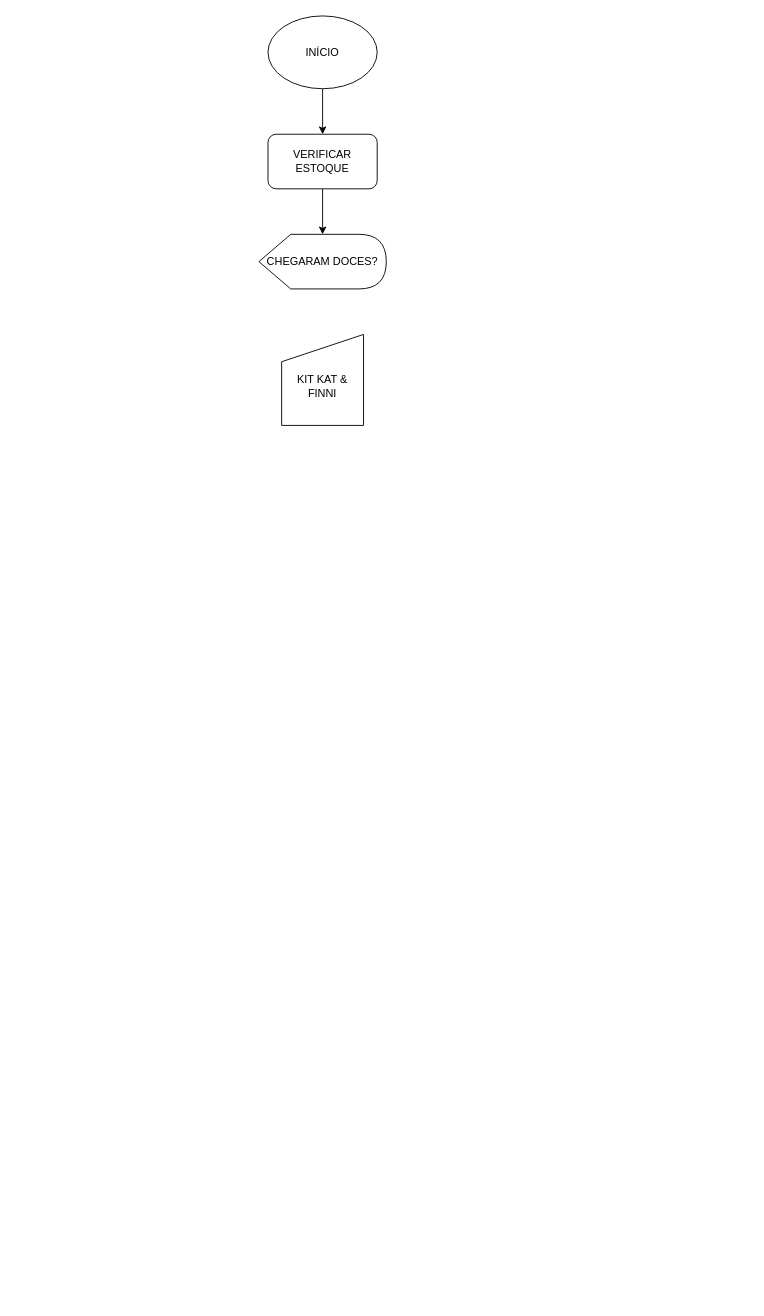
This is Loja_de_doce.drawio from ramon-negreiros/fluxogramas, a draw.io file, before an edit. Source tidied: cells renumbered, new cells numbered last; positions are measured from the earlier drawing's top-left corner, leaving out a move shared by most shapes. Both pictures are drawn from the tidied source at 91%, with x=0, y=0 at pixel (258, 15).
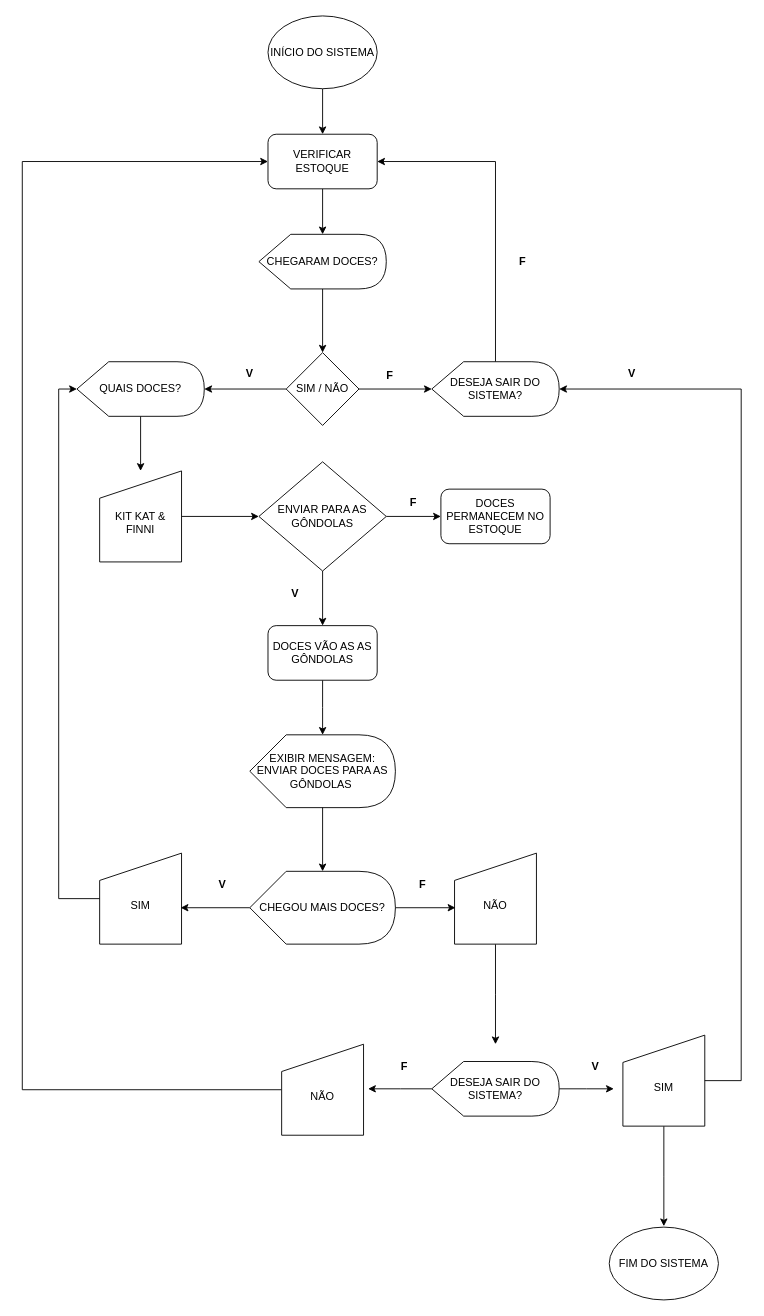
The same page after the edit.

The change refers to these unchanged cells:
```xml
<mxCell id="4" value="CHEGARAM DOCES?" style="shape=display;whiteSpace=wrap;html=1;" parent="1" vertex="1">
  <mxGeometry y="240" width="140" height="60" as="geometry" />
</mxCell>
<mxCell id="7" value="VERIFICAR ESTOQUE" style="rounded=1;whiteSpace=wrap;html=1;" parent="1" vertex="1">
  <mxGeometry x="10" y="130" width="120" height="60" as="geometry" />
</mxCell>
```

Change to the diagram source:
```diff
@@
-    <mxCell id="3" value="INÍCIO" style="ellipse;whiteSpace=wrap;html=1;" parent="1" vertex="1">
+    <mxCell id="3" value="INÍCIO DO SISTEMA" style="ellipse;whiteSpace=wrap;html=1;" parent="1" vertex="1">
       <mxGeometry x="10" width="120" height="80" as="geometry" />
     </mxCell>
+    <mxCell id="8" style="edgeStyle=orthogonalEdgeStyle;rounded=0;jettySize=auto;html=1;entryX=0.5;entryY=0;entryDx=0;entryDy=0;" parent="1" edge="1" source="4" target="10">
+      <mxGeometry relative="1" as="geometry" />
+    </mxCell>
@@
+    <mxCell id="9" style="edgeStyle=orthogonalEdgeStyle;rounded=0;jettySize=auto;html=1;entryX=0;entryY=0.5;entryDx=0;entryDy=0;" parent="1" edge="1" source="5" target="19">
+      <mxGeometry relative="1" as="geometry" />
+    </mxCell>
     <mxCell id="5" value="&lt;div&gt;&lt;br&gt;&lt;/div&gt;KIT KAT &amp;amp; FINNI" style="shape=manualInput;whiteSpace=wrap;html=1;" parent="1" vertex="1">
-      <mxGeometry x="25" y="350" width="90" height="100" as="geometry" />
+      <mxGeometry x="-175" y="500" width="90" height="100" as="geometry" />
     </mxCell>
@@
+    <mxCell id="10" value="SIM / NÃO" style="rhombus;whiteSpace=wrap;html=1;" parent="1" vertex="1">
+      <mxGeometry x="30" y="370" width="80" height="80" as="geometry" />
+    </mxCell>
+    <mxCell id="11" style="edgeStyle=orthogonalEdgeStyle;rounded=0;jettySize=auto;html=1;" parent="1" edge="1" source="12" target="5">
+      <mxGeometry relative="1" as="geometry" />
+    </mxCell>
+    <mxCell id="12" value="QUAIS DOCES?" style="shape=display;whiteSpace=wrap;html=1;" parent="1" vertex="1">
+      <mxGeometry x="-200" y="380" width="140" height="60" as="geometry" />
+    </mxCell>
+    <mxCell id="13" style="edgeStyle=orthogonalEdgeStyle;rounded=0;jettySize=auto;html=1;entryX=1;entryY=0.5;entryDx=0;entryDy=0;" parent="1" edge="1" source="14" target="7">
+      <mxGeometry relative="1" as="geometry">
+        <Array as="points">
+          <mxPoint x="260" y="160" />
+        </Array>
+      </mxGeometry>
+    </mxCell>
+    <mxCell id="14" value="DESEJA SAIR DO SISTEMA?" style="shape=display;whiteSpace=wrap;html=1;" parent="1" vertex="1">
+      <mxGeometry x="190" y="380" width="140" height="60" as="geometry" />
+    </mxCell>
+    <mxCell id="15" style="edgeStyle=orthogonalEdgeStyle;rounded=0;jettySize=auto;html=1;entryX=1;entryY=0.5;entryDx=0;entryDy=0;entryPerimeter=0;" parent="1" edge="1" source="10" target="12">
+      <mxGeometry relative="1" as="geometry" />
+    </mxCell>
+    <mxCell id="16" style="edgeStyle=orthogonalEdgeStyle;rounded=0;jettySize=auto;html=1;entryX=0;entryY=0.5;entryDx=0;entryDy=0;entryPerimeter=0;" parent="1" edge="1" source="10" target="14">
+      <mxGeometry relative="1" as="geometry" />
+    </mxCell>
+    <mxCell id="17" style="edgeStyle=orthogonalEdgeStyle;rounded=0;jettySize=auto;html=1;entryX=0.5;entryY=0;entryDx=0;entryDy=0;" parent="1" edge="1" source="19" target="21">
+      <mxGeometry relative="1" as="geometry" />
+    </mxCell>
+    <mxCell id="18" style="edgeStyle=orthogonalEdgeStyle;rounded=0;jettySize=auto;html=1;entryX=0;entryY=0.5;entryDx=0;entryDy=0;" parent="1" edge="1" source="19" target="22">
+      <mxGeometry relative="1" as="geometry" />
+    </mxCell>
+    <mxCell id="19" value="ENVIAR PARA AS GÔNDOLAS" style="rhombus;whiteSpace=wrap;html=1;" parent="1" vertex="1">
+      <mxGeometry y="490" width="140" height="120" as="geometry" />
+    </mxCell>
+    <mxCell id="20" style="edgeStyle=orthogonalEdgeStyle;rounded=0;jettySize=auto;html=1;" parent="1" edge="1" source="21">
+      <mxGeometry relative="1" as="geometry">
+        <mxPoint x="70" y="790" as="targetPoint" />
+      </mxGeometry>
+    </mxCell>
+    <mxCell id="21" value="DOCES VÃO AS AS GÔNDOLAS" style="rounded=1;whiteSpace=wrap;html=1;" parent="1" vertex="1">
+      <mxGeometry x="10" y="670" width="120" height="60" as="geometry" />
+    </mxCell>
+    <mxCell id="22" value="DOCES PERMANECEM NO ESTOQUE" style="rounded=1;whiteSpace=wrap;html=1;" parent="1" vertex="1">
+      <mxGeometry x="200" y="520" width="120" height="60" as="geometry" />
+    </mxCell>
+    <mxCell id="23" value="&lt;b&gt;V&lt;/b&gt;" style="text;strokeColor=none;align=center;fillColor=none;html=1;verticalAlign=middle;whiteSpace=wrap;rounded=0;" parent="1" vertex="1">
+      <mxGeometry x="-40" y="378" width="60" height="30" as="geometry" />
+    </mxCell>
+    <mxCell id="24" value="&lt;b&gt;F&lt;/b&gt;" style="text;strokeColor=none;align=center;fillColor=none;html=1;verticalAlign=middle;whiteSpace=wrap;rounded=0;" parent="1" vertex="1">
+      <mxGeometry x="114" y="380" width="60" height="30" as="geometry" />
+    </mxCell>
+    <mxCell id="25" value="&lt;b&gt;V&lt;/b&gt;" style="text;strokeColor=none;align=center;fillColor=none;html=1;verticalAlign=middle;whiteSpace=wrap;rounded=0;" parent="1" vertex="1">
+      <mxGeometry x="10" y="620" width="60" height="30" as="geometry" />
+    </mxCell>
+    <mxCell id="26" value="&lt;b&gt;F&lt;/b&gt;" style="text;strokeColor=none;align=center;fillColor=none;html=1;verticalAlign=middle;whiteSpace=wrap;rounded=0;" parent="1" vertex="1">
+      <mxGeometry x="140" y="520" width="60" height="30" as="geometry" />
+    </mxCell>
+    <mxCell id="27" value="EXIBIR MENSAGEM: ENVIAR DOCES PARA AS GÔNDOLAS&amp;nbsp;" style="shape=display;whiteSpace=wrap;html=1;" parent="1" vertex="1">
+      <mxGeometry x="-10" y="790" width="160" height="80" as="geometry" />
+    </mxCell>
+    <mxCell id="28" value="CHEGOU MAIS DOCES?" style="shape=display;whiteSpace=wrap;html=1;" parent="1" vertex="1">
+      <mxGeometry x="-10" y="940" width="160" height="80" as="geometry" />
+    </mxCell>
+    <mxCell id="29" style="edgeStyle=orthogonalEdgeStyle;rounded=0;jettySize=auto;html=1;entryX=0;entryY=0;entryDx=80;entryDy=0;entryPerimeter=0;" parent="1" edge="1" source="27" target="28">
+      <mxGeometry relative="1" as="geometry" />
+    </mxCell>
+    <mxCell id="30" value="&lt;div&gt;&lt;br&gt;&lt;/div&gt;&lt;div&gt;SIM&lt;/div&gt;" style="shape=manualInput;whiteSpace=wrap;html=1;" parent="1" vertex="1">
+      <mxGeometry x="-175" y="920" width="90" height="100" as="geometry" />
+    </mxCell>
+    <mxCell id="31" style="edgeStyle=orthogonalEdgeStyle;rounded=0;jettySize=auto;html=1;entryX=0.989;entryY=0.6;entryDx=0;entryDy=0;entryPerimeter=0;" parent="1" edge="1" source="28" target="30">
+      <mxGeometry relative="1" as="geometry" />
+    </mxCell>
+    <mxCell id="32" style="edgeStyle=orthogonalEdgeStyle;rounded=0;jettySize=auto;html=1;" parent="1" edge="1" source="33">
+      <mxGeometry relative="1" as="geometry">
+        <mxPoint x="260" y="1130" as="targetPoint" />
+      </mxGeometry>
+    </mxCell>
+    <mxCell id="33" value="&lt;div&gt;&lt;br&gt;&lt;/div&gt;&lt;div&gt;NÃO&lt;/div&gt;" style="shape=manualInput;whiteSpace=wrap;html=1;" parent="1" vertex="1">
+      <mxGeometry x="215" y="920" width="90" height="100" as="geometry" />
+    </mxCell>
+    <mxCell id="34" style="edgeStyle=orthogonalEdgeStyle;rounded=0;jettySize=auto;html=1;entryX=0.011;entryY=0.6;entryDx=0;entryDy=0;entryPerimeter=0;" parent="1" edge="1" source="28" target="33">
+      <mxGeometry relative="1" as="geometry" />
+    </mxCell>
+    <mxCell id="35" style="edgeStyle=orthogonalEdgeStyle;rounded=0;jettySize=auto;html=1;" parent="1" edge="1" source="37">
+      <mxGeometry relative="1" as="geometry">
+        <mxPoint x="120" y="1179" as="targetPoint" />
+      </mxGeometry>
+    </mxCell>
+    <mxCell id="36" style="edgeStyle=orthogonalEdgeStyle;rounded=0;jettySize=auto;html=1;" parent="1" edge="1" source="37">
+      <mxGeometry relative="1" as="geometry">
+        <mxPoint x="390" y="1179" as="targetPoint" />
+      </mxGeometry>
+    </mxCell>
+    <mxCell id="37" value="DESEJA SAIR DO SISTEMA?" style="shape=display;whiteSpace=wrap;html=1;" parent="1" vertex="1">
+      <mxGeometry x="190" y="1149" width="140" height="60" as="geometry" />
+    </mxCell>
+    <mxCell id="38" style="edgeStyle=orthogonalEdgeStyle;rounded=0;jettySize=auto;html=1;" parent="1" edge="1" source="39">
+      <mxGeometry relative="1" as="geometry">
+        <mxPoint x="445" y="1330" as="targetPoint" />
+      </mxGeometry>
+    </mxCell>
+    <mxCell id="39" value="&lt;div&gt;&lt;br&gt;&lt;/div&gt;&lt;div&gt;SIM&lt;/div&gt;" style="shape=manualInput;whiteSpace=wrap;html=1;" parent="1" vertex="1">
+      <mxGeometry x="400" y="1120" width="90" height="100" as="geometry" />
+    </mxCell>
+    <mxCell id="40" value="FIM DO SISTEMA" style="ellipse;whiteSpace=wrap;html=1;" parent="1" vertex="1">
+      <mxGeometry x="385" y="1331" width="120" height="80" as="geometry" />
+    </mxCell>
+    <mxCell id="41" style="edgeStyle=orthogonalEdgeStyle;rounded=0;jettySize=auto;html=1;entryX=0;entryY=0.5;entryDx=0;entryDy=0;" parent="1" edge="1" source="42" target="7">
+      <mxGeometry relative="1" as="geometry">
+        <Array as="points">
+          <mxPoint x="-260" y="1180" />
+          <mxPoint x="-260" y="160" />
+        </Array>
+      </mxGeometry>
+    </mxCell>
+    <mxCell id="42" value="&lt;div&gt;&lt;br&gt;&lt;/div&gt;&lt;div&gt;NÃO&lt;/div&gt;" style="shape=manualInput;whiteSpace=wrap;html=1;" parent="1" vertex="1">
+      <mxGeometry x="25" y="1130" width="90" height="100" as="geometry" />
+    </mxCell>
+    <mxCell id="43" style="edgeStyle=orthogonalEdgeStyle;rounded=0;jettySize=auto;html=1;entryX=0;entryY=0.5;entryDx=0;entryDy=0;entryPerimeter=0;" parent="1" edge="1" source="30" target="12">
+      <mxGeometry relative="1" as="geometry">
+        <Array as="points">
+          <mxPoint x="-220" y="970" />
+          <mxPoint x="-220" y="410" />
+        </Array>
+      </mxGeometry>
+    </mxCell>
+    <mxCell id="44" value="&lt;b&gt;F&lt;/b&gt;" style="text;strokeColor=none;align=center;fillColor=none;html=1;verticalAlign=middle;whiteSpace=wrap;rounded=0;" parent="1" vertex="1">
+      <mxGeometry x="260" y="255" width="60" height="30" as="geometry" />
+    </mxCell>
+    <mxCell id="45" value="&lt;b&gt;V&lt;/b&gt;" style="text;strokeColor=none;align=center;fillColor=none;html=1;verticalAlign=middle;whiteSpace=wrap;rounded=0;" parent="1" vertex="1">
+      <mxGeometry x="340" y="1140" width="60" height="30" as="geometry" />
+    </mxCell>
+    <mxCell id="46" value="&lt;b&gt;F&lt;/b&gt;" style="text;strokeColor=none;align=center;fillColor=none;html=1;verticalAlign=middle;whiteSpace=wrap;rounded=0;" parent="1" vertex="1">
+      <mxGeometry x="130" y="1140" width="60" height="30" as="geometry" />
+    </mxCell>
+    <mxCell id="47" value="&lt;b&gt;V&lt;/b&gt;" style="text;strokeColor=none;align=center;fillColor=none;html=1;verticalAlign=middle;whiteSpace=wrap;rounded=0;" parent="1" vertex="1">
+      <mxGeometry x="-70" y="940" width="60" height="30" as="geometry" />
+    </mxCell>
+    <mxCell id="48" value="&lt;b&gt;F&lt;/b&gt;" style="text;strokeColor=none;align=center;fillColor=none;html=1;verticalAlign=middle;whiteSpace=wrap;rounded=0;" parent="1" vertex="1">
+      <mxGeometry x="150" y="940" width="60" height="30" as="geometry" />
+    </mxCell>
+    <mxCell id="49" style="edgeStyle=orthogonalEdgeStyle;rounded=0;jettySize=auto;html=1;entryX=1;entryY=0.5;entryDx=0;entryDy=0;entryPerimeter=0;" parent="1" edge="1" source="39" target="14">
+      <mxGeometry relative="1" as="geometry">
+        <Array as="points">
+          <mxPoint x="530" y="1170" />
+          <mxPoint x="530" y="410" />
+        </Array>
+      </mxGeometry>
+    </mxCell>
+    <mxCell id="50" value="&lt;b&gt;V&lt;/b&gt;" style="text;strokeColor=none;align=center;fillColor=none;html=1;verticalAlign=middle;whiteSpace=wrap;rounded=0;" parent="1" vertex="1">
+      <mxGeometry x="380" y="378" width="60" height="30" as="geometry" />
+    </mxCell>
```
